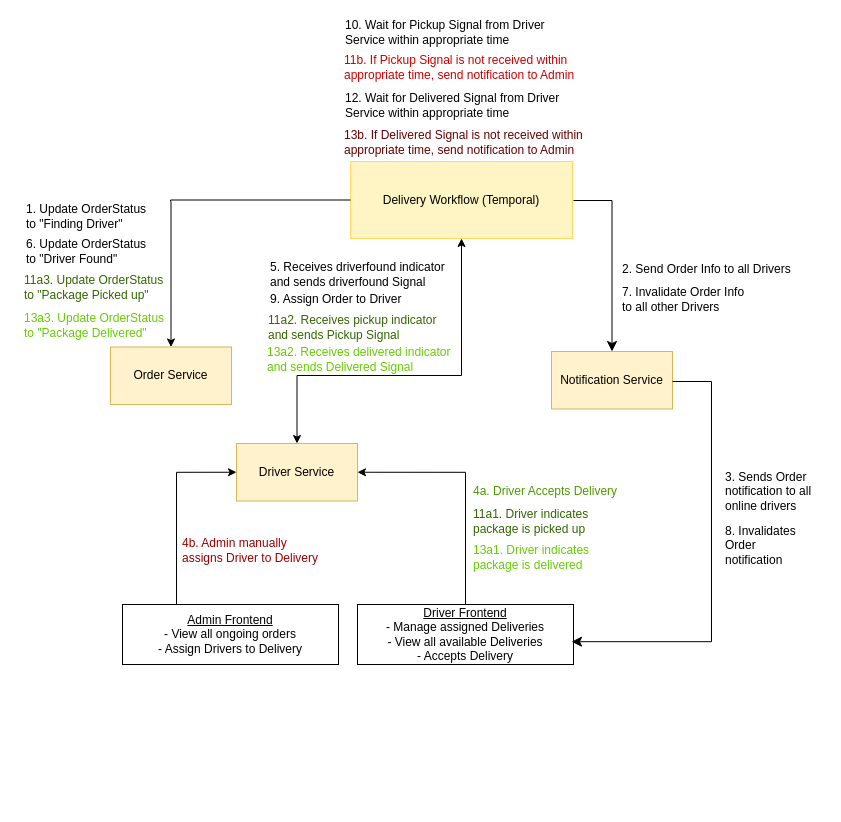
The draw.io diagram diagrams/Scenario3.drawio in darkliyznyanlin910/esd-2425T2, before the edit. Source tidied: cells renumbered, new cells numbered last; positions are measured from the earlier drawing's top-left corner, leaving out a move shared by most shapes. Both pictures are drawn from the tidied source at 100%, with x=0, y=0 at pixel (22, 17).
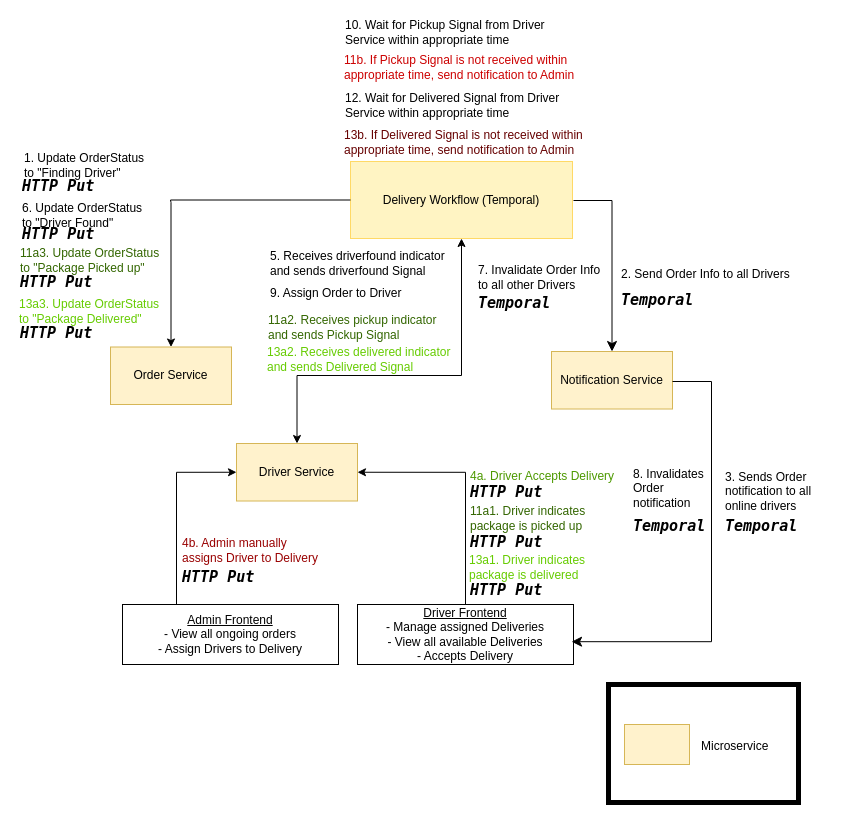
Above is the later version.

Commit message (it also covers changes not shown here):
updated all scenarios with HTTP requests

What changed in the source:
```diff
@@
-    <mxCell id="5" value="1. Update OrderStatus to &quot;Finding Driver&quot;" style="text;html=1;align=left;verticalAlign=middle;whiteSpace=wrap;rounded=0;" parent="1" vertex="1">
-      <mxGeometry x="1.5" y="184" width="135" height="30" as="geometry" />
+    <mxCell id="5" value="1. Update OrderStatus to &quot;Finding Driver&quot;&amp;nbsp;" style="text;html=1;align=left;verticalAlign=middle;whiteSpace=wrap;rounded=0;" parent="1" vertex="1">
+      <mxGeometry x="-0.5" y="133" width="135" height="30" as="geometry" />
     </mxCell>
@@
     <mxCell id="10" value="2. Send Order Info to all Drivers" style="text;html=1;align=left;verticalAlign=middle;whiteSpace=wrap;rounded=0;" parent="1" vertex="1">
-      <mxGeometry x="598" y="237" width="179" height="30" as="geometry" />
+      <mxGeometry x="597" y="242" width="179" height="30" as="geometry" />
     </mxCell>
     <mxCell id="11" value="&lt;font style=&quot;color: rgb(77, 153, 0);&quot;&gt;4a. Driver Accepts Delivery&lt;/font&gt;" style="text;html=1;align=left;verticalAlign=middle;whiteSpace=wrap;rounded=0;" parent="1" vertex="1">
-      <mxGeometry x="449" y="459" width="168" height="30" as="geometry" />
+      <mxGeometry x="446" y="444" width="168" height="30" as="geometry" />
     </mxCell>
@@
     <mxCell id="14" value="6. Update OrderStatus to &quot;Driver Found&quot;" style="text;html=1;align=left;verticalAlign=middle;whiteSpace=wrap;rounded=0;" parent="1" vertex="1">
-      <mxGeometry x="1.5" y="219" width="135" height="30" as="geometry" />
+      <mxGeometry x="-2" y="183" width="135" height="30" as="geometry" />
     </mxCell>
@@
     <mxCell id="17" value="9. Assign Order to Driver" style="text;html=1;align=left;verticalAlign=middle;whiteSpace=wrap;rounded=0;" parent="1" vertex="1">
-      <mxGeometry x="245.5" y="267" width="173" height="30" as="geometry" />
+      <mxGeometry x="245.5" y="261" width="173" height="30" as="geometry" />
     </mxCell>
@@
     <mxCell id="20" value="&lt;font style=&quot;&quot;&gt;11a3. Update OrderStatus to &quot;Package Picked up&quot;&lt;/font&gt;" style="text;html=1;align=left;verticalAlign=middle;whiteSpace=wrap;rounded=0;fontColor=#336600;" parent="1" vertex="1">
-      <mxGeometry y="255" width="142" height="30" as="geometry" />
+      <mxGeometry x="-4" y="228" width="142" height="30" as="geometry" />
     </mxCell>
@@
     <mxCell id="22" value="&lt;font style=&quot;&quot;&gt;11a1. Driver indicates package is picked up&lt;/font&gt;" style="text;html=1;align=left;verticalAlign=middle;whiteSpace=wrap;rounded=0;fontColor=#336600;" parent="1" vertex="1">
-      <mxGeometry x="449" y="487" width="123" height="34" as="geometry" />
+      <mxGeometry x="446" y="483.5" width="123" height="34" as="geometry" />
     </mxCell>
@@
     <mxCell id="24" value="&lt;font style=&quot;&quot;&gt;13a1. Driver indicates package is delivered&lt;/font&gt;" style="text;html=1;align=left;verticalAlign=middle;whiteSpace=wrap;rounded=0;fontColor=#66CC00;" parent="1" vertex="1">
-      <mxGeometry x="449" y="523" width="121.5" height="34" as="geometry" />
+      <mxGeometry x="444.5" y="533" width="121.5" height="34" as="geometry" />
     </mxCell>
@@
     <mxCell id="26" value="&lt;font style=&quot;&quot;&gt;13a3. Update OrderStatus to &quot;Package Delivered&quot;&lt;/font&gt;" style="text;html=1;align=left;verticalAlign=middle;whiteSpace=wrap;rounded=0;fontColor=#66CC00;" parent="1" vertex="1">
-      <mxGeometry x="-0.5" y="293" width="145" height="30" as="geometry" />
+      <mxGeometry x="-5.5" y="279" width="145" height="30" as="geometry" />
     </mxCell>
@@
     <mxCell id="29" value="5. Receives driverfound indicator and sends driverfound Signal" style="text;html=1;align=left;verticalAlign=middle;whiteSpace=wrap;rounded=0;" parent="1" vertex="1">
-      <mxGeometry x="245.5" y="242" width="184" height="30" as="geometry" />
+      <mxGeometry x="245.5" y="231" width="184" height="30" as="geometry" />
     </mxCell>
     <mxCell id="30" value="7. Invalidate Order Info to all other Drivers" style="text;html=1;align=left;verticalAlign=middle;whiteSpace=wrap;rounded=0;" parent="1" vertex="1">
-      <mxGeometry x="598" y="267" width="136" height="30" as="geometry" />
+      <mxGeometry x="454" y="245" width="136" height="30" as="geometry" />
     </mxCell>
     <mxCell id="31" value="8. Invalidates Order notification" style="text;html=1;align=left;verticalAlign=middle;whiteSpace=wrap;rounded=0;" parent="1" vertex="1">
-      <mxGeometry x="701" y="513" width="92" height="30" as="geometry" />
+      <mxGeometry x="609" y="456" width="92" height="30" as="geometry" />
     </mxCell>
@@
+    <mxCell id="34" value="&lt;h5&gt;&lt;font style=&quot;font-size: 15px;&quot; face=&quot;Lucida Console&quot;&gt;&lt;i&gt;Temporal&lt;/i&gt;&lt;/font&gt;&lt;/h5&gt;" style="text;html=1;align=left;verticalAlign=middle;whiteSpace=wrap;rounded=0;" parent="1" vertex="1">
+      <mxGeometry x="701" y="493" width="100" height="30" as="geometry" />
+    </mxCell>
+    <mxCell id="35" value="&lt;h5&gt;&lt;font face=&quot;Lucida Console&quot;&gt;&lt;span style=&quot;font-size: 15px;&quot;&gt;&lt;i&gt;Temporal&lt;/i&gt;&lt;/span&gt;&lt;/font&gt;&lt;/h5&gt;" style="text;html=1;align=left;verticalAlign=middle;whiteSpace=wrap;rounded=0;" parent="1" vertex="1">
+      <mxGeometry x="597" y="267" width="100" height="30" as="geometry" />
+    </mxCell>
+    <mxCell id="36" value="&lt;h5&gt;&lt;font style=&quot;font-size: 15px;&quot; face=&quot;Lucida Console&quot;&gt;&lt;i&gt;HTTP Put&amp;nbsp;&lt;/i&gt;&lt;/font&gt;&lt;/h5&gt;" style="text;html=1;align=left;verticalAlign=middle;whiteSpace=wrap;rounded=0;" parent="1" vertex="1">
+      <mxGeometry x="446" y="459" width="100" height="30" as="geometry" />
+    </mxCell>
+    <mxCell id="37" value="&lt;h5&gt;&lt;font style=&quot;font-size: 15px;&quot; face=&quot;Lucida Console&quot;&gt;&lt;i&gt;HTTP Put&amp;nbsp;&lt;/i&gt;&lt;/font&gt;&lt;/h5&gt;" style="text;html=1;align=left;verticalAlign=middle;whiteSpace=wrap;rounded=0;" parent="1" vertex="1">
+      <mxGeometry x="446" y="509" width="100" height="30" as="geometry" />
+    </mxCell>
+    <mxCell id="38" value="&lt;h5&gt;&lt;font style=&quot;font-size: 15px;&quot; face=&quot;Lucida Console&quot;&gt;&lt;i&gt;HTTP Put&amp;nbsp;&lt;/i&gt;&lt;/font&gt;&lt;/h5&gt;" style="text;html=1;align=left;verticalAlign=middle;whiteSpace=wrap;rounded=0;" parent="1" vertex="1">
+      <mxGeometry x="446" y="557" width="100" height="30" as="geometry" />
+    </mxCell>
+    <mxCell id="39" value="&lt;h5&gt;&lt;font style=&quot;font-size: 15px;&quot; face=&quot;Lucida Console&quot;&gt;&lt;i&gt;HTTP Put&amp;nbsp;&lt;/i&gt;&lt;/font&gt;&lt;/h5&gt;" style="text;html=1;align=left;verticalAlign=middle;whiteSpace=wrap;rounded=0;" parent="1" vertex="1">
+      <mxGeometry x="158" y="544" width="100" height="30" as="geometry" />
+    </mxCell>
+    <mxCell id="40" value="&lt;h5&gt;&lt;font style=&quot;font-size: 15px;&quot; face=&quot;Lucida Console&quot;&gt;&lt;i&gt;HTTP Put&amp;nbsp;&lt;/i&gt;&lt;/font&gt;&lt;/h5&gt;" style="text;html=1;align=left;verticalAlign=middle;whiteSpace=wrap;rounded=0;" parent="1" vertex="1">
+      <mxGeometry x="-2" y="153" width="100" height="30" as="geometry" />
+    </mxCell>
+    <mxCell id="41" value="&lt;h5&gt;&lt;font style=&quot;font-size: 15px;&quot; face=&quot;Lucida Console&quot;&gt;&lt;i&gt;HTTP Put&amp;nbsp;&lt;/i&gt;&lt;/font&gt;&lt;/h5&gt;" style="text;html=1;align=left;verticalAlign=middle;whiteSpace=wrap;rounded=0;" parent="1" vertex="1">
+      <mxGeometry x="-2" y="201" width="100" height="30" as="geometry" />
+    </mxCell>
+    <mxCell id="42" value="&lt;h5&gt;&lt;font style=&quot;font-size: 15px;&quot; face=&quot;Lucida Console&quot;&gt;&lt;i&gt;HTTP Put&amp;nbsp;&lt;/i&gt;&lt;/font&gt;&lt;/h5&gt;" style="text;html=1;align=left;verticalAlign=middle;whiteSpace=wrap;rounded=0;" parent="1" vertex="1">
+      <mxGeometry x="-4" y="249" width="100" height="30" as="geometry" />
+    </mxCell>
+    <mxCell id="43" value="&lt;h5&gt;&lt;font style=&quot;font-size: 15px;&quot; face=&quot;Lucida Console&quot;&gt;&lt;i&gt;HTTP Put&amp;nbsp;&lt;/i&gt;&lt;/font&gt;&lt;/h5&gt;" style="text;html=1;align=left;verticalAlign=middle;whiteSpace=wrap;rounded=0;" parent="1" vertex="1">
+      <mxGeometry x="-4" y="299.5" width="100" height="30" as="geometry" />
+    </mxCell>
+    <mxCell id="44" value="&lt;h5&gt;&lt;font face=&quot;Lucida Console&quot;&gt;&lt;span style=&quot;font-size: 15px;&quot;&gt;&lt;i&gt;Temporal&lt;/i&gt;&lt;/span&gt;&lt;/font&gt;&lt;/h5&gt;" style="text;html=1;align=left;verticalAlign=middle;whiteSpace=wrap;rounded=0;" parent="1" vertex="1">
+      <mxGeometry x="454" y="269.5" width="100" height="30" as="geometry" />
+    </mxCell>
+    <mxCell id="45" value="&lt;h5&gt;&lt;font face=&quot;Lucida Console&quot;&gt;&lt;span style=&quot;font-size: 15px;&quot;&gt;&lt;i&gt;Temporal&lt;/i&gt;&lt;/span&gt;&lt;/font&gt;&lt;/h5&gt;" style="text;html=1;align=left;verticalAlign=middle;whiteSpace=wrap;rounded=0;" parent="1" vertex="1">
+      <mxGeometry x="609" y="493" width="100" height="30" as="geometry" />
+    </mxCell>
+    <mxCell id="46" style="rounded=0;whiteSpace=wrap;html=1;strokeWidth=5;perimeterSpacing=6;" parent="1" vertex="1">
+      <mxGeometry x="586" y="667" width="190" height="118" as="geometry" />
+    </mxCell>
+    <mxCell id="47" style="rounded=0;whiteSpace=wrap;html=1;fillColor=#fff2cc;strokeColor=#d6b656;" parent="1" vertex="1">
+      <mxGeometry x="602" y="707" width="65" height="40" as="geometry" />
+    </mxCell>
+    <mxCell id="48" value="Microservice" style="text;whiteSpace=wrap;align=left;fontColor=#000000;labelBackgroundColor=none;" parent="1" vertex="1">
+      <mxGeometry x="676.5" y="714.8" width="73" height="24.5" as="geometry" />
+    </mxCell>
```
